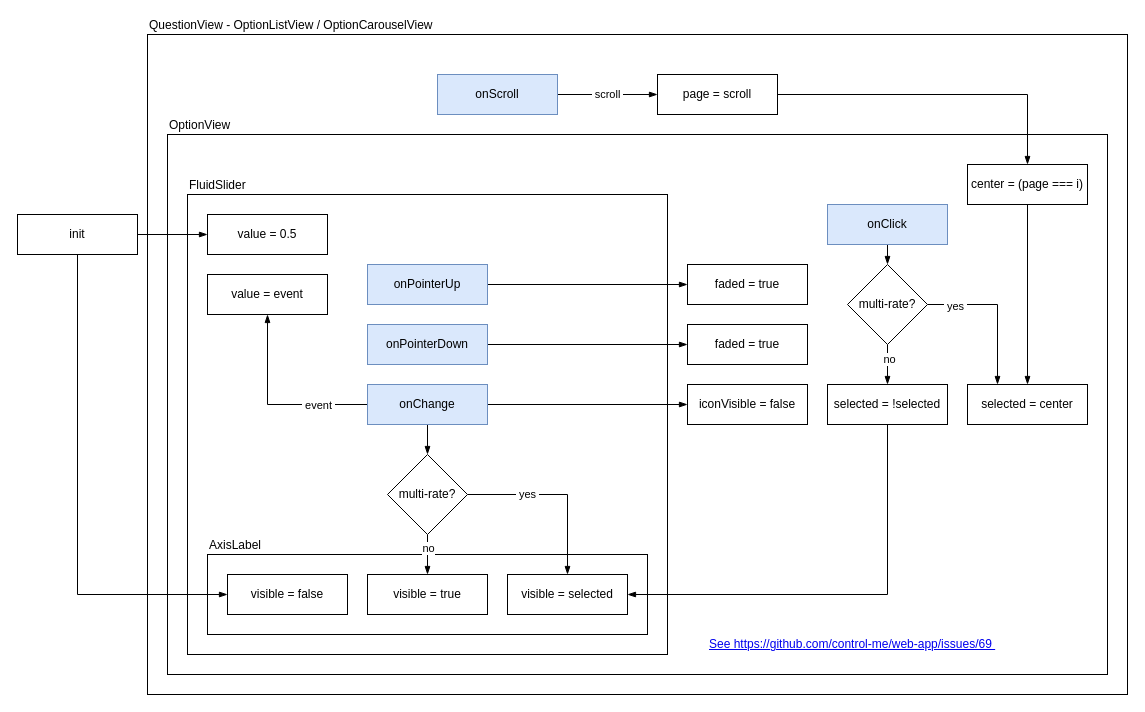
control-me/control-me.github.io keeps this draw.io diagram as page "component-states" (3 of 7) of docs/diagrams.drawio. Above is the earlier version. Source tidied: cells renumbered, new cells numbered last; positions are measured from the earlier drawing's top-left corner, leaving out a move shared by most shapes. Both pictures are drawn from the tidied source at 100%, with x=0, y=0 at pixel (17, 34).
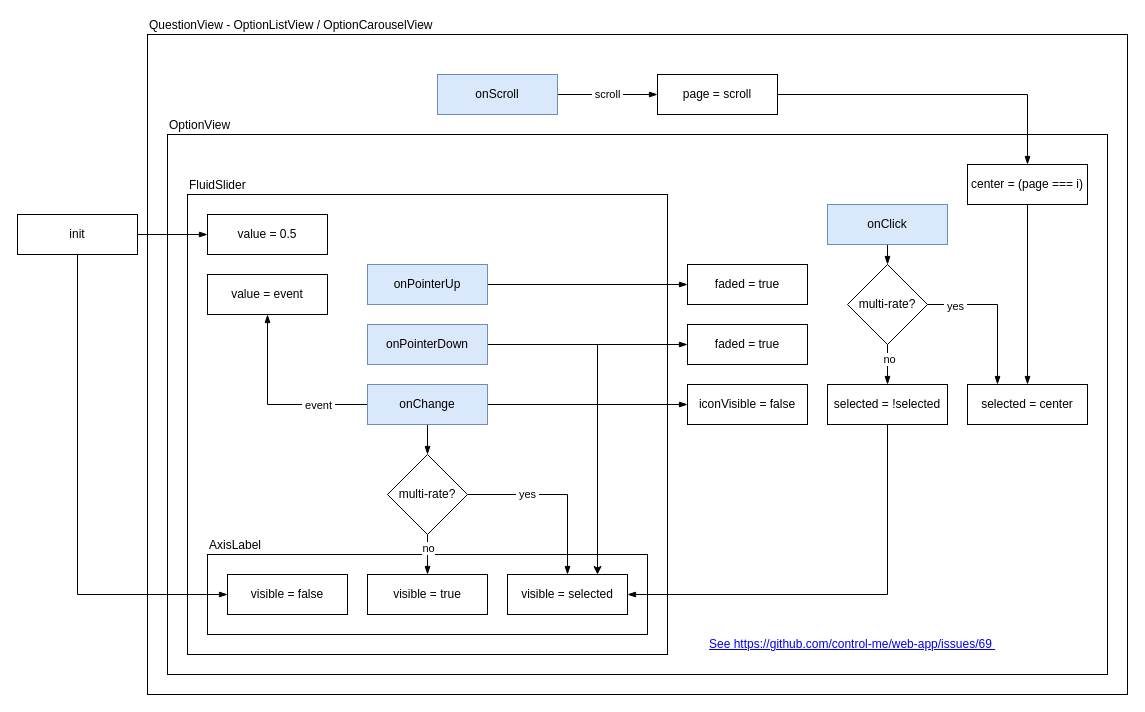
After the change.

Unchanged cells that the change refers to:
```xml
<mxCell id="16" value="&lt;font face=&quot;Fira Code&quot;&gt;onPointerDown&lt;/font&gt;" style="rounded=0;whiteSpace=wrap;html=1;fillColor=#dae8fc;strokeColor=#6c8ebf;" parent="1" vertex="1">
  <mxGeometry x="350" y="290" width="120" height="40" as="geometry" />
</mxCell>
<mxCell id="40" value="&lt;font face=&quot;Fira Code&quot;&gt;visible = selected&lt;/font&gt;" style="rounded=0;whiteSpace=wrap;html=1;" parent="1" vertex="1">
  <mxGeometry x="490" y="540" width="120" height="40" as="geometry" />
</mxCell>
```

Diff of the diagram source:
```diff
@@
+    <mxCell id="47" style="edgeStyle=orthogonalEdgeStyle;rounded=0;jettySize=auto;html=1;exitX=1;exitY=0.5;exitDx=0;exitDy=0;entryX=0.75;entryY=0;entryDx=0;entryDy=0;" parent="1" edge="1" source="16" target="40">
+      <mxGeometry relative="1" as="geometry" />
+    </mxCell>
```
